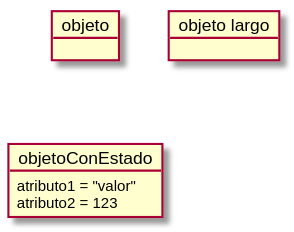
USantaTecla-0-general/3-publicaciones keeps this PlantUML diagram as USantaTecla/tech-plantuml/images/Ejemplo84.svg. Above is the earlier version.
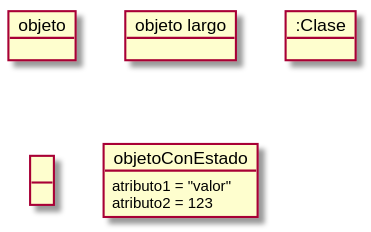
Above is the later version.

What changed in the source:
```diff
@@ -1,6 +1,8 @@
 @startuml
 object objeto
 object "objeto largo" as objetoLargo
+object ":Clase" as anonimo
+object " " as undefined
 
 object objetoConEstado {
   atributo1 = "valor"
```
